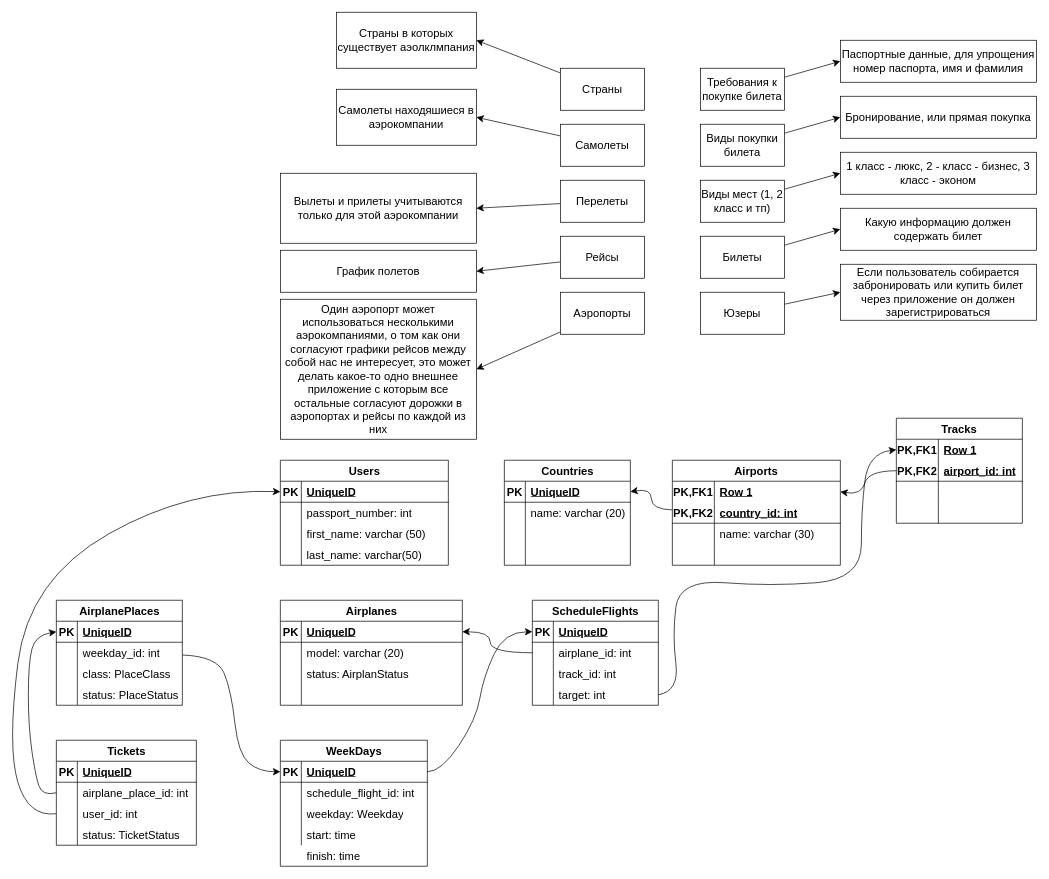
The draw.io diagram Aэрокомпания.drawio in KmvRoman/Diagrams, before the edit. Source tidied: cells renumbered, new cells numbered last; positions are measured from the earlier drawing's top-left corner, leaving out a move shared by most shapes. Both pictures are drawn from the tidied source at 70%, with x=0, y=0 at pixel (7, 12).
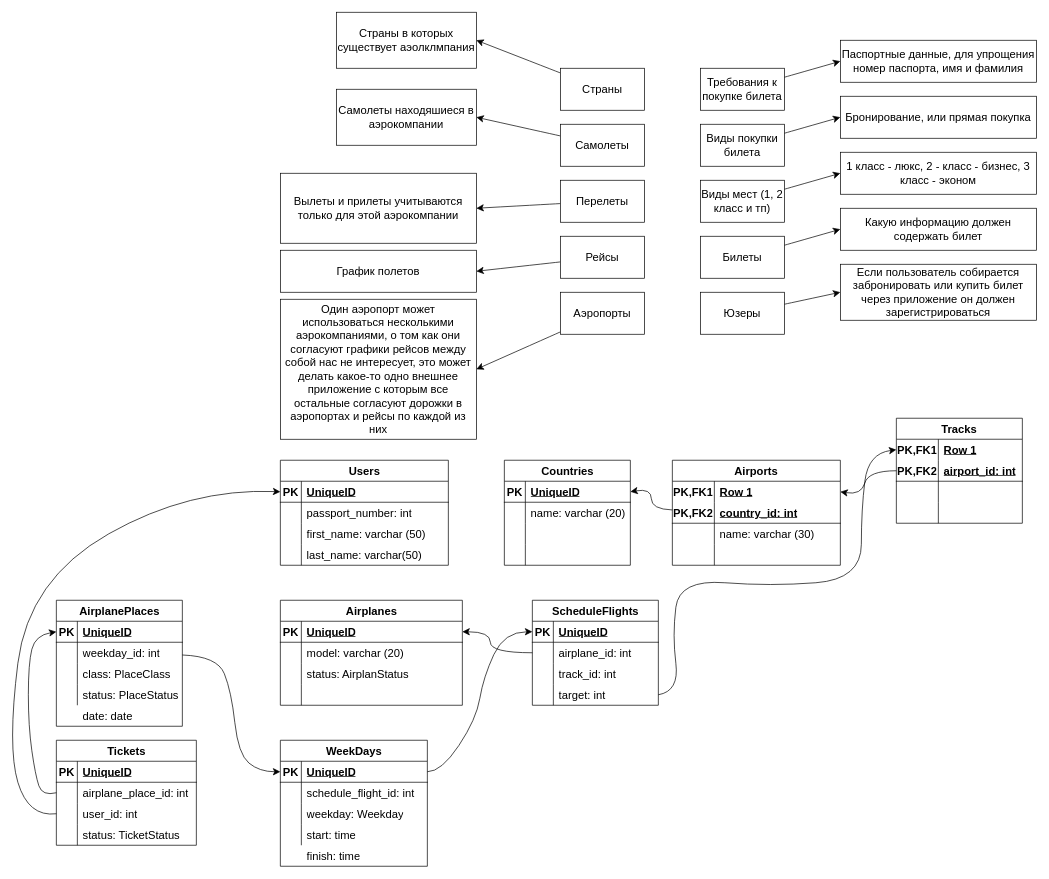
The same page after the edit.

Diff of the diagram source:
```diff
@@
     <mxCell id="128" value="AirplanePlaces" style="shape=table;startSize=30;childLayout=tableLayout;rowLines=0;fontStyle=1;align=center;html=1;fontSize=16;" parent="1" vertex="1">
-      <mxGeometry x="70" y="840" width="180" height="150" as="geometry" />
+      <mxGeometry x="70" y="840" width="180" height="180" as="geometry" />
     </mxCell>
@@
+    <mxCell id="160" value="date: date" style="shape=partialRectangle;fillColor=none;top=0;left=0;bottom=0;right=0;align=left;spacingLeft=6;overflow=hidden;whiteSpace=wrap;html=1;fontSize=16;" parent="1" vertex="1">
+      <mxGeometry x="100" y="990" width="150" height="30" as="geometry" />
+    </mxCell>
```
